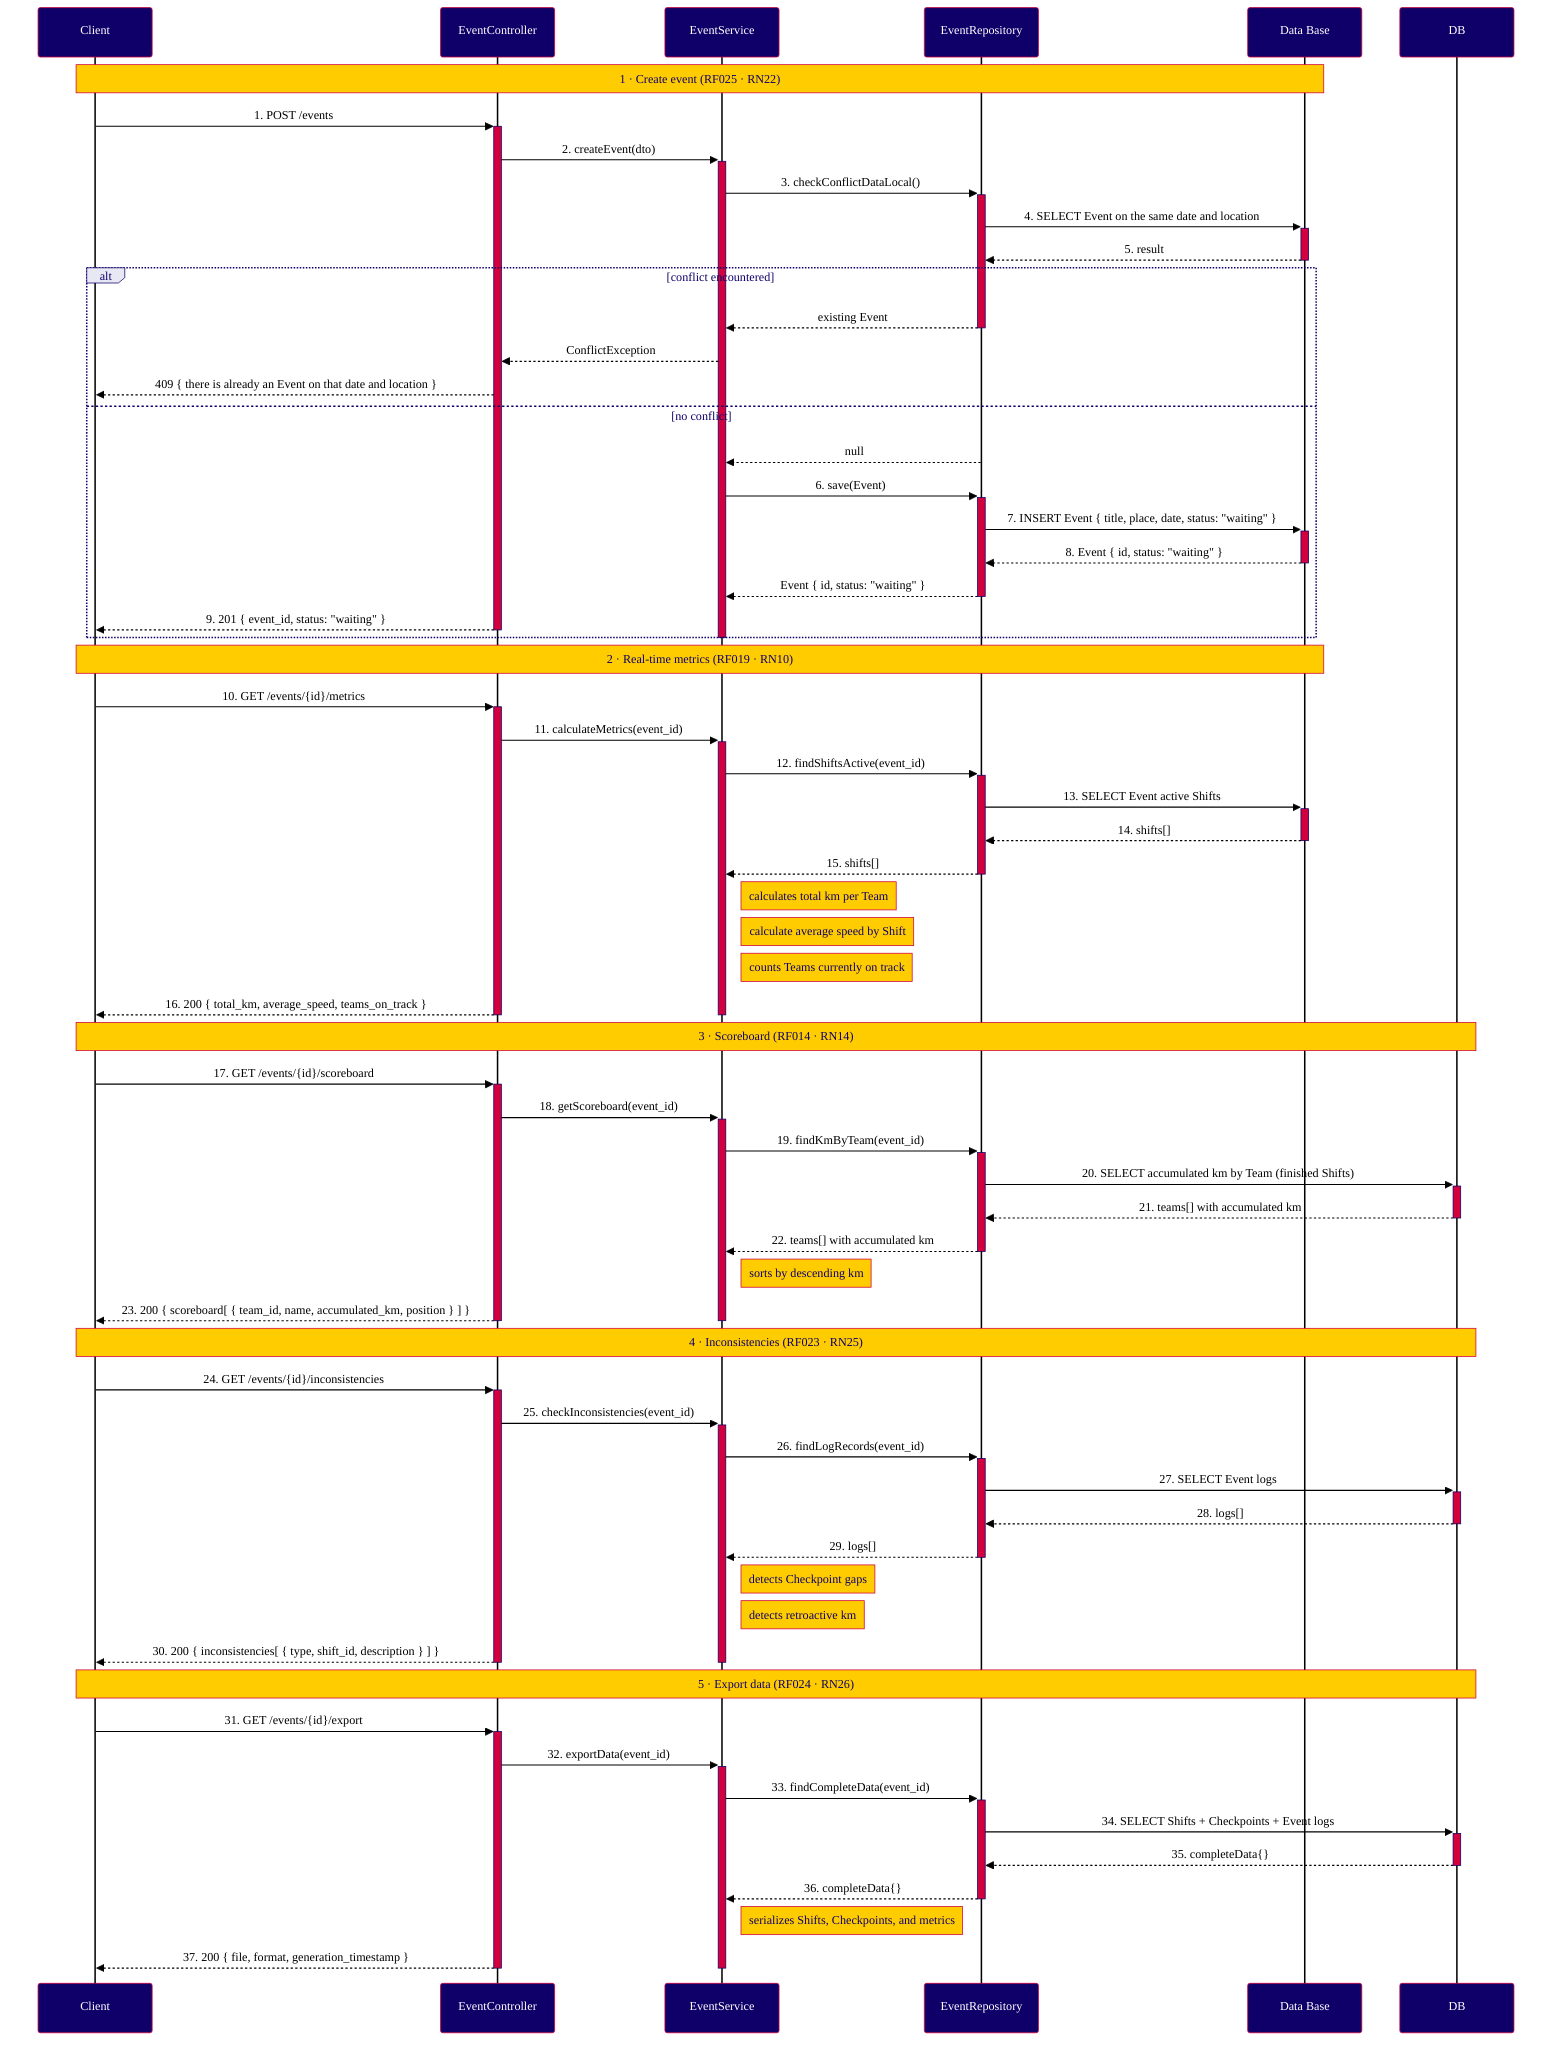
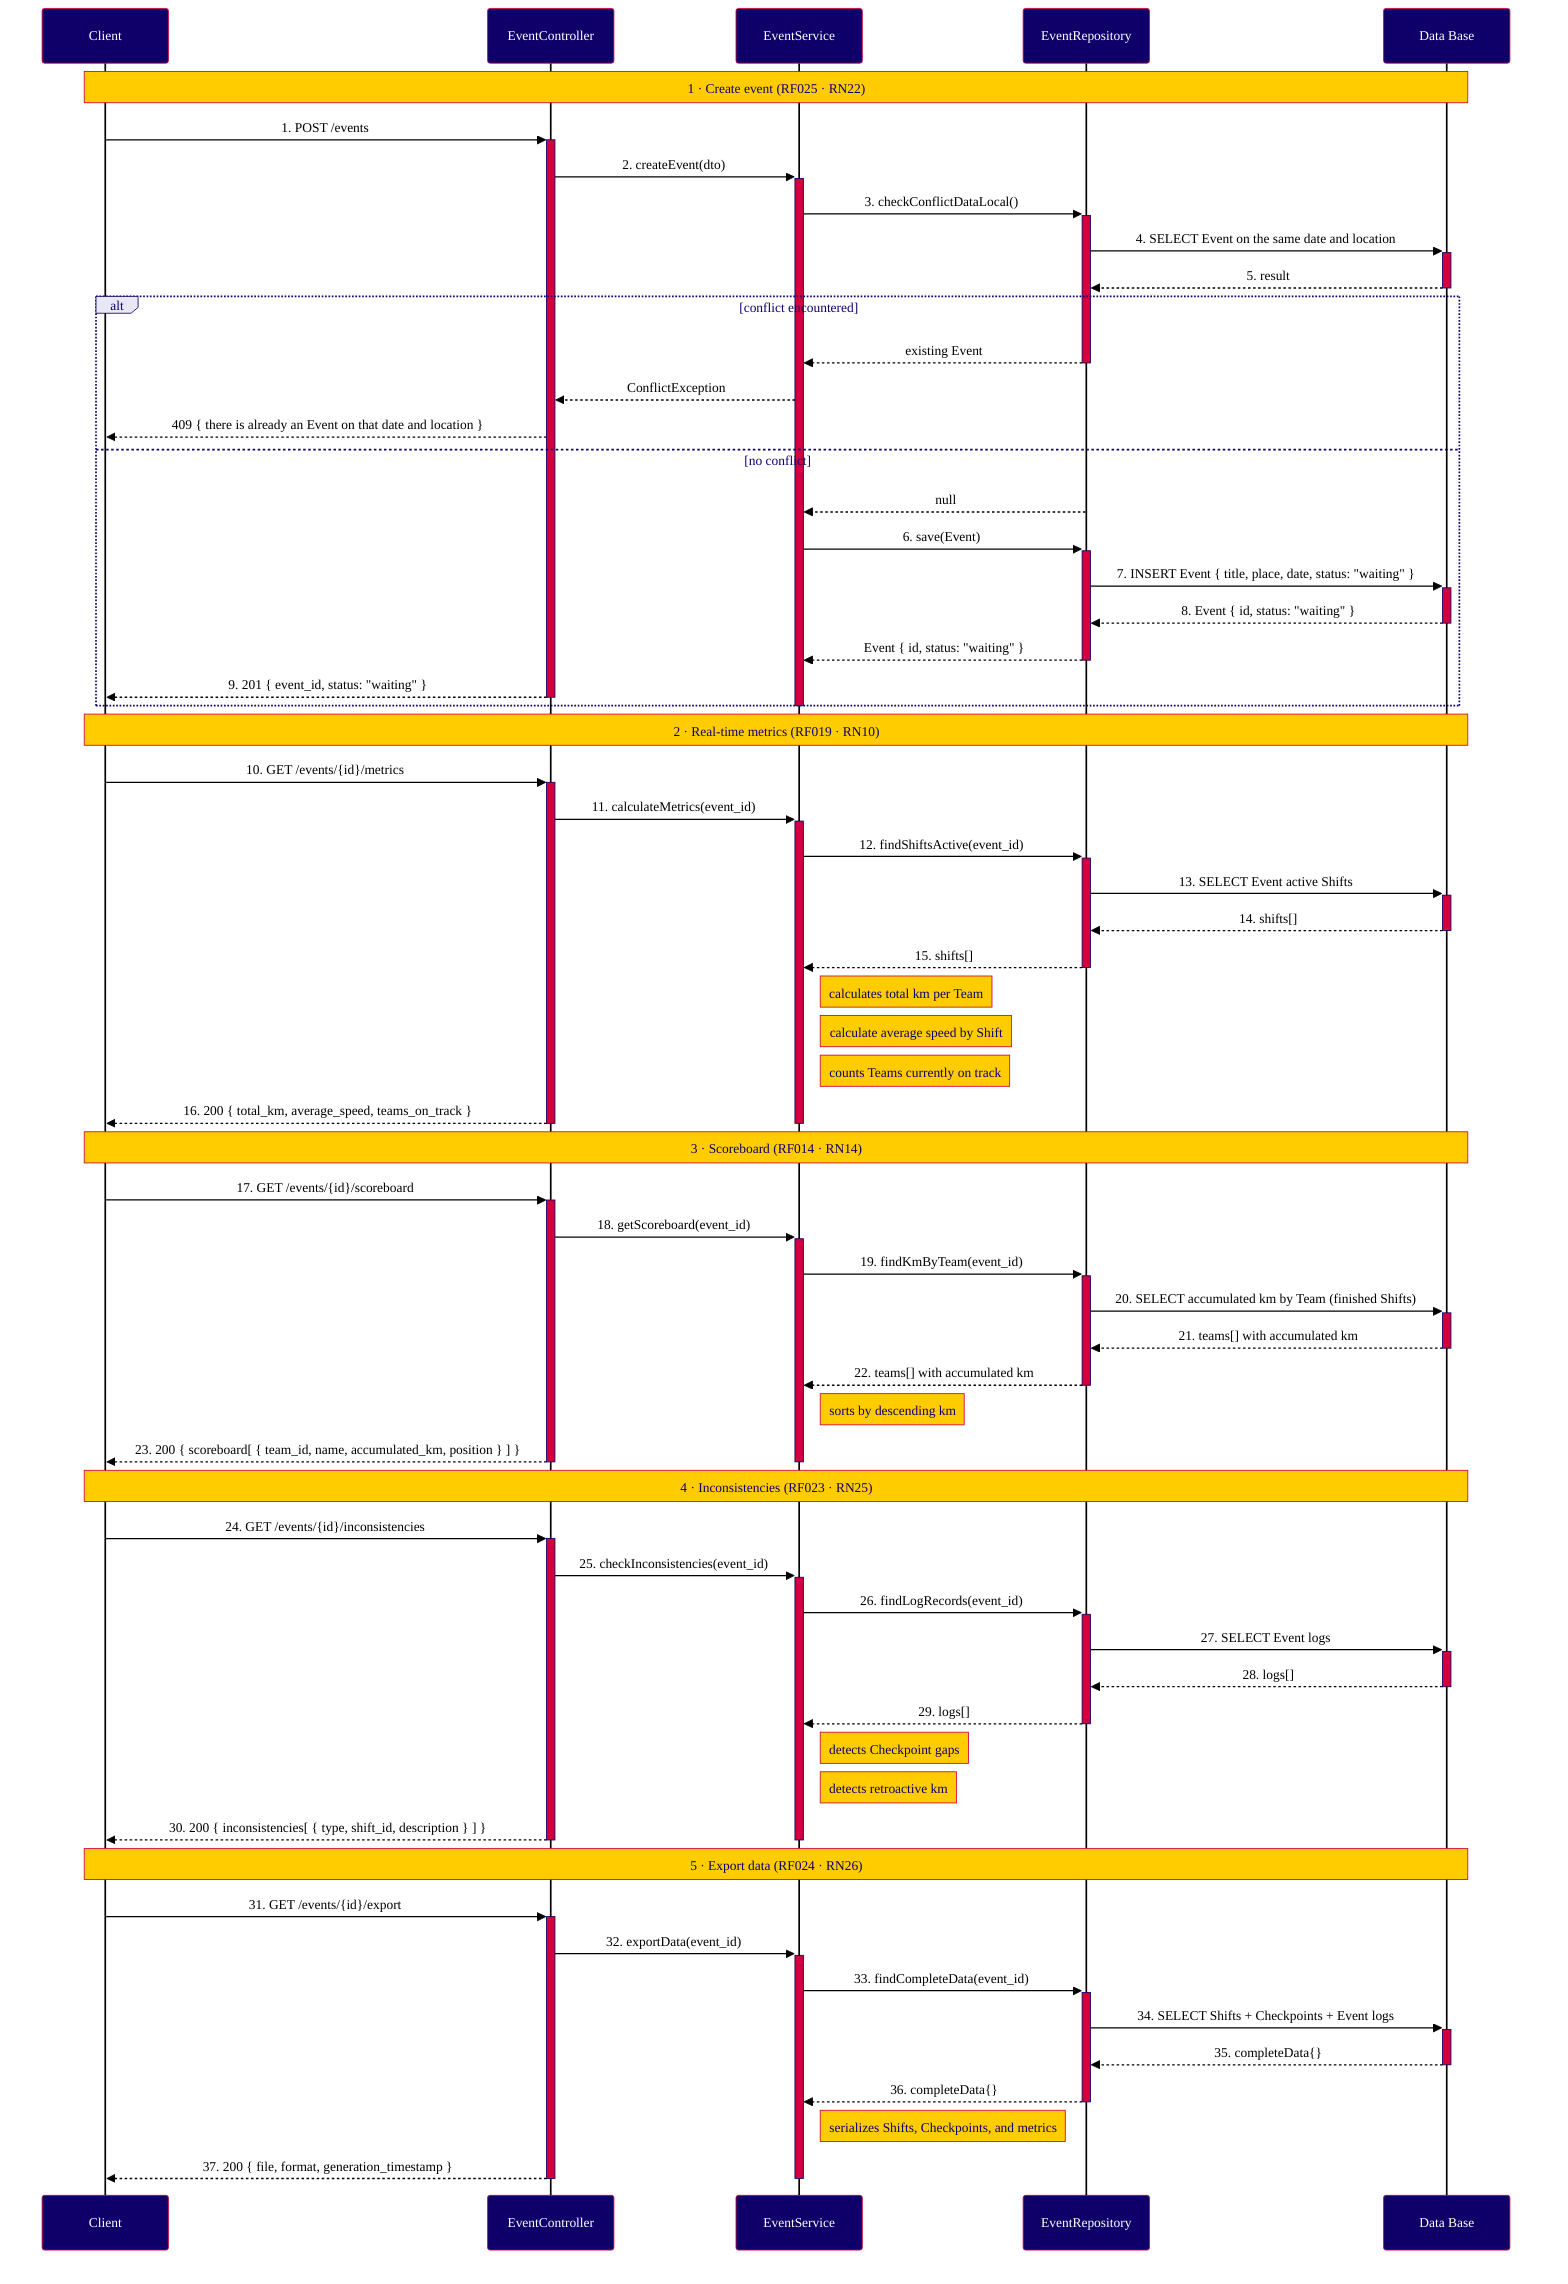

%%{init: {
  "theme": "base",
  "themeVariables": {
    "primaryColor": "#0F0069",
    "primaryTextColor": "#FFFFFF",
    "primaryBorderColor": "#D2003C",
    "secondaryColor": "#D2003C",
    "secondaryTextColor": "#FFFFFF",
    "secondaryBorderColor": "#D2003C",
    "tertiaryColor": "#E8E8F5",
    "tertiaryTextColor": "#0F0069",
    "tertiaryBorderColor": "#0F0069",
    "noteBkgColor": "#FFCC00",
    "noteTextColor": "#0F0069",
    "noteBorderColor": "#D2003C",
    "activationBkgColor": "#D2003C",
    "activationBorderColor": "#0F0069",
    "actorBkg": "#0F0069",
    "actorTextColor": "#FFFFFF",
    "actorBorderColor": "#D2003C",
    "actorLineColor": "#000000",
    "signalColor": "#000000",
    "signalTextColor": "#000000",
    "labelBoxBkgColor": "#E8E8F5",
    "labelBoxBorderColor": "#0F0069",
    "labelTextColor": "#0F0069",
    "loopTextColor": "#0F0069",
    "fontFamily": "Arial, sans-serif",
    "fontSize": "14px",
    "background": "#FFFFFF"
  }
}}%%
sequenceDiagram
    participant C as Client
    participant CT as EventController
    participant ES as EventService
    participant ER as EventRepository
-     participant BD as Data Base
+     participant DB as Data Base

-     Note over C,BD: 1 · Create event (RF025 · RN22)
+     Note over C,DB: 1 · Create event (RF025 · RN22)

    C->>+CT: 1. POST /events
    CT->>+ES: 2. createEvent(dto)
    ES->>+ER: 3. checkConflictDataLocal()
-     ER->>+BD: 4. SELECT Event on the same date and location
-     BD-->>-ER: 5. result
+     ER->>+DB: 4. SELECT Event on the same date and location
+     DB-->>-ER: 5. result
    alt conflict encountered
        ER-->>-ES: existing Event
        ES-->>CT: ConflictException
        CT-->>C: 409 { there is already an Event on that date and location }
    else no conflict
        ER-->>ES: null
        ES->>+ER: 6. save(Event)
-         ER->>+BD: 7. INSERT Event { title, place, date, status: "waiting" }
-         BD-->>-ER: 8. Event { id, status: "waiting" }
+         ER->>+DB: 7. INSERT Event { title, place, date, status: "waiting" }
+         DB-->>-ER: 8. Event { id, status: "waiting" }
        ER-->>-ES: Event { id, status: "waiting" }
        CT-->>-C: 9. 201 { event_id, status: "waiting" }
    end
    deactivate ES

-     Note over C,BD: 2 · Real-time metrics (RF019 · RN10)
+     Note over C,DB: 2 · Real-time metrics (RF019 · RN10)

    C->>+CT: 10. GET /events/{id}/metrics
    CT->>+ES: 11. calculateMetrics(event_id)
    ES->>+ER: 12. findShiftsActive(event_id)
-     ER->>+BD: 13. SELECT Event active Shifts
-     BD-->>-ER: 14. shifts[]
+     ER->>+DB: 13. SELECT Event active Shifts
+     DB-->>-ER: 14. shifts[]
    ER-->>-ES: 15. shifts[]
    Note right of ES: calculates total km per Team
    Note right of ES: calculate average speed by Shift
    Note right of ES: counts Teams currently on track
    CT-->>-C: 16. 200 { total_km, average_speed, teams_on_track }
    deactivate ES

    Note over C,DB: 3 · Scoreboard (RF014 · RN14)

    C->>+CT: 17. GET /events/{id}/scoreboard
    CT->>+ES: 18. getScoreboard(event_id)
    ES->>+ER: 19. findKmByTeam(event_id)
    ER->>+DB: 20. SELECT accumulated km by Team (finished Shifts)
    DB-->>-ER: 21. teams[] with accumulated km
    ER-->>-ES: 22. teams[] with accumulated km

    Note right of ES: sorts by descending km
    CT-->>-C: 23. 200 { scoreboard[ { team_id, name, accumulated_km, position } ] }
    deactivate ES

    Note over C,DB: 4 · Inconsistencies (RF023 · RN25)

    C->>+CT: 24. GET /events/{id}/inconsistencies
    CT->>+ES: 25. checkInconsistencies(event_id)
    ES->>+ER: 26. findLogRecords(event_id)
    ER->>+DB: 27. SELECT Event logs
    DB-->>-ER: 28. logs[]
    ER-->>-ES: 29. logs[]

    Note right of ES: detects Checkpoint gaps
    Note right of ES: detects retroactive km
    CT-->>-C: 30. 200 { inconsistencies[ { type, shift_id, description } ] }
    deactivate ES

    Note over C,DB: 5 · Export data (RF024 · RN26)

    C->>+CT: 31. GET /events/{id}/export
    CT->>+ES: 32. exportData(event_id)
    ES->>+ER: 33. findCompleteData(event_id)
    ER->>+DB: 34. SELECT Shifts + Checkpoints + Event logs
    DB-->>-ER: 35. completeData{}
    ER-->>-ES: 36. completeData{}

    Note right of ES: serializes Shifts, Checkpoints, and metrics
    CT-->>-C: 37. 200 { file, format, generation_timestamp }
    deactivate ES